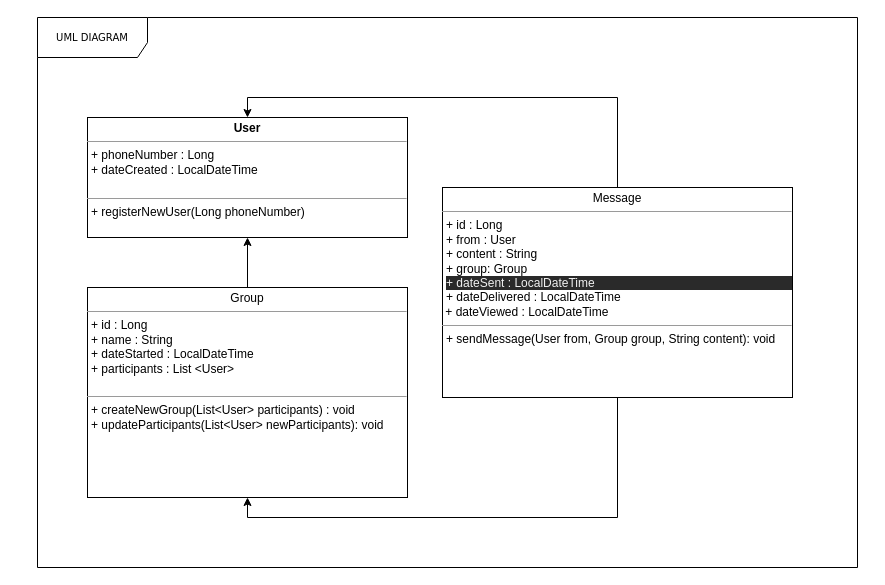
Above: Refs/UML Diagram.drawio in migcoronel/Miguel-Coronel (draw.io), before the change. Source tidied: cells renumbered, new cells numbered last; positions are measured from the earlier drawing's top-left corner, leaving out a move shared by most shapes. Both pictures are drawn from the tidied source at 100%, with x=0, y=0 at pixel (37, 17).
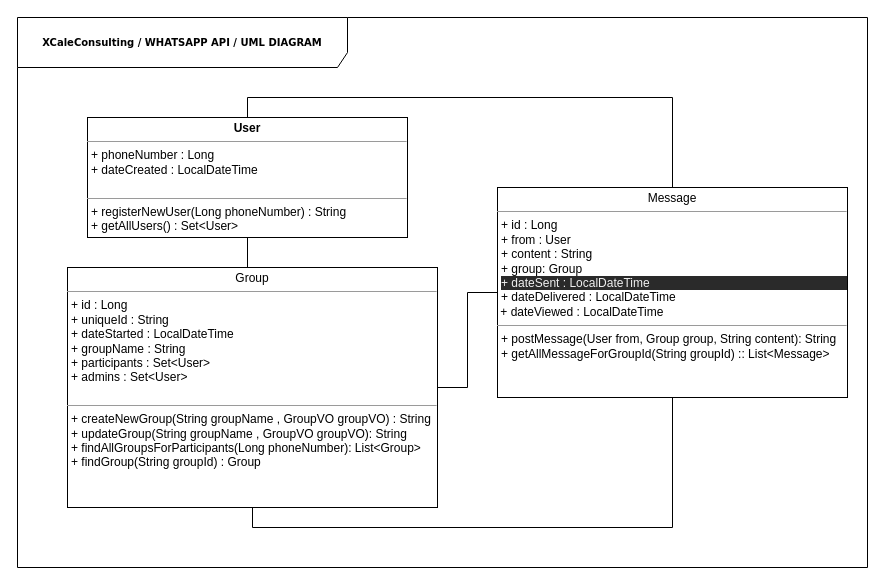
After the change.

What changed in the source:
```diff
@@
 <mxGraphModel>
   <root>
     <mxCell id="0" />
     <mxCell id="1" parent="0" />
-    <mxCell id="2" value="UML DIAGRAM" style="shape=umlFrame;whiteSpace=wrap;html=1;rounded=0;shadow=0;comic=0;labelBackgroundColor=none;strokeWidth=1;fontFamily=Verdana;fontSize=10;align=center;width=110;height=40;" parent="1" vertex="1">
-      <mxGeometry width="820" height="550" as="geometry" />
+    <mxCell id="2" value="&lt;b&gt;XCaleConsulting / WHATSAPP API / UML DIAGRAM&lt;/b&gt;" style="shape=umlFrame;whiteSpace=wrap;html=1;rounded=0;shadow=0;comic=0;labelBackgroundColor=none;strokeWidth=1;fontFamily=Verdana;fontSize=10;align=center;width=330;height=50;" parent="1" vertex="1">
+      <mxGeometry x="-20" width="850" height="550" as="geometry" />
     </mxCell>
-    <mxCell id="3" value="&lt;p style=&quot;margin: 0px ; margin-top: 4px ; text-align: center&quot;&gt;&lt;b&gt;User&lt;/b&gt;&lt;/p&gt;&lt;hr size=&quot;1&quot;&gt;&lt;p style=&quot;margin: 0px ; margin-left: 4px&quot;&gt;+ phoneNumber : Long&lt;br&gt;+ dateCreated : LocalDateTime&lt;/p&gt;&lt;p style=&quot;margin: 0px ; margin-left: 4px&quot;&gt;&lt;br&gt;&lt;/p&gt;&lt;hr size=&quot;1&quot;&gt;&lt;p style=&quot;margin: 0px ; margin-left: 4px&quot;&gt;+ registerNewUser(Long phoneNumber)&lt;/p&gt;" style="verticalAlign=top;align=left;overflow=fill;fontSize=12;fontFamily=Helvetica;html=1;rounded=0;shadow=0;comic=0;labelBackgroundColor=none;strokeWidth=1;" parent="1" vertex="1">
+    <mxCell id="3" value="&lt;p style=&quot;margin: 0px ; margin-top: 4px ; text-align: center&quot;&gt;&lt;b&gt;User&lt;/b&gt;&lt;/p&gt;&lt;hr size=&quot;1&quot;&gt;&lt;p style=&quot;margin: 0px ; margin-left: 4px&quot;&gt;+ phoneNumber : Long&lt;br&gt;+ dateCreated : LocalDateTime&lt;/p&gt;&lt;p style=&quot;margin: 0px ; margin-left: 4px&quot;&gt;&lt;br&gt;&lt;/p&gt;&lt;hr size=&quot;1&quot;&gt;&lt;p style=&quot;margin: 0px ; margin-left: 4px&quot;&gt;+ registerNewUser(Long phoneNumber) : String&lt;/p&gt;&lt;p style=&quot;margin: 0px ; margin-left: 4px&quot;&gt;+ getAllUsers() : Set&amp;lt;User&amp;gt;&lt;/p&gt;" style="verticalAlign=top;align=left;overflow=fill;fontSize=12;fontFamily=Helvetica;html=1;rounded=0;shadow=0;comic=0;labelBackgroundColor=none;strokeWidth=1;" parent="1" vertex="1">
       <mxGeometry x="50" y="100" width="320" height="120" as="geometry" />
     </mxCell>
-    <mxCell id="4" style="edgeStyle=orthogonalEdgeStyle;rounded=0;jettySize=auto;html=1;exitX=0.5;exitY=0;exitDx=0;exitDy=0;entryX=0.5;entryY=0;entryDx=0;entryDy=0;" parent="1" edge="1" source="6" target="3">
+    <mxCell id="4" style="edgeStyle=orthogonalEdgeStyle;rounded=0;jettySize=auto;html=1;exitX=0.5;exitY=0;exitDx=0;exitDy=0;entryX=0.5;entryY=0;entryDx=0;entryDy=0;endArrow=none;endFill=0;" parent="1" edge="1" source="6" target="3">
       <mxGeometry relative="1" as="geometry" />
     </mxCell>
-    <mxCell id="5" style="edgeStyle=orthogonalEdgeStyle;rounded=0;jettySize=auto;html=1;exitX=0.5;exitY=1;exitDx=0;exitDy=0;entryX=0.5;entryY=1;entryDx=0;entryDy=0;" parent="1" edge="1" source="6" target="8">
+    <mxCell id="5" style="edgeStyle=orthogonalEdgeStyle;rounded=0;jettySize=auto;html=1;exitX=0.5;exitY=1;exitDx=0;exitDy=0;entryX=0.5;entryY=1;entryDx=0;entryDy=0;endArrow=none;endFill=0;" parent="1" edge="1" source="6" target="8">
       <mxGeometry relative="1" as="geometry" />
     </mxCell>
+    <mxCell id="9" style="edgeStyle=orthogonalEdgeStyle;rounded=0;jettySize=auto;html=1;exitX=0;exitY=0.5;exitDx=0;exitDy=0;entryX=1;entryY=0.5;entryDx=0;entryDy=0;entryPerimeter=0;endArrow=none;endFill=0;" parent="1" edge="1" source="6" target="8">
+      <mxGeometry relative="1" as="geometry" />
+    </mxCell>
-    <mxCell id="6" value="&lt;p style=&quot;margin: 0px ; margin-top: 4px ; text-align: center&quot;&gt;Message&lt;/p&gt;&lt;hr size=&quot;1&quot;&gt;&lt;p style=&quot;margin: 0px ; margin-left: 4px&quot;&gt;+ id : Long&lt;/p&gt;&lt;p style=&quot;margin: 0px ; margin-left: 4px&quot;&gt;+ from : User&lt;/p&gt;&lt;p style=&quot;margin: 0px ; margin-left: 4px&quot;&gt;+ content : String&lt;br&gt;+ group: Group&lt;/p&gt;&lt;p style=&quot;margin: 0px ; margin-left: 4px&quot;&gt;&lt;span style=&quot;color: rgb(240 , 240 , 240) ; font-family: &amp;#34;helvetica&amp;#34; ; font-size: 12px ; font-style: normal ; font-weight: 400 ; letter-spacing: normal ; text-align: left ; text-indent: 0px ; text-transform: none ; word-spacing: 0px ; background-color: rgb(42 , 42 , 42) ; float: none ; display: inline&quot;&gt;&lt;/span&gt;&lt;/p&gt;&lt;p style=&quot;color: rgb(240 , 240 , 240) ; font-family: &amp;#34;helvetica&amp;#34; ; font-size: 12px ; font-style: normal ; font-weight: 400 ; letter-spacing: normal ; text-align: left ; text-indent: 0px ; text-transform: none ; word-spacing: 0px ; background-color: rgb(42 , 42 , 42) ; margin: 0px 0px 0px 4px&quot;&gt;+&amp;nbsp;dateSent : LocalDateTime&lt;br&gt;&lt;/p&gt;&lt;p style=&quot;margin: 0px ; margin-left: 4px&quot;&gt;+ dateDelivered : LocalDateTime&lt;/p&gt;&lt;p style=&quot;margin: 0px ; margin-left: 4px&quot;&gt;&lt;/p&gt;&amp;nbsp;+ dateViewed : LocalDateTime&lt;br&gt;&lt;hr size=&quot;1&quot;&gt;&lt;p style=&quot;margin: 0px ; margin-left: 4px&quot;&gt;+ sendMessage(User from, Group group, String content): void&lt;/p&gt;" style="verticalAlign=top;align=left;overflow=fill;fontSize=12;fontFamily=Helvetica;html=1;rounded=0;shadow=0;comic=0;labelBackgroundColor=none;strokeWidth=1;" parent="1" vertex="1">
-      <mxGeometry x="405" y="170" width="350" height="210" as="geometry" />
+    <mxCell id="6" value="&lt;p style=&quot;margin: 0px ; margin-top: 4px ; text-align: center&quot;&gt;Message&lt;/p&gt;&lt;hr size=&quot;1&quot;&gt;&lt;p style=&quot;margin: 0px ; margin-left: 4px&quot;&gt;+ id : Long&lt;/p&gt;&lt;p style=&quot;margin: 0px ; margin-left: 4px&quot;&gt;+ from : User&lt;/p&gt;&lt;p style=&quot;margin: 0px ; margin-left: 4px&quot;&gt;+ content : String&lt;br&gt;+ group: Group&lt;/p&gt;&lt;p style=&quot;margin: 0px ; margin-left: 4px&quot;&gt;&lt;span style=&quot;color: rgb(240 , 240 , 240) ; font-family: &amp;#34;helvetica&amp;#34; ; font-size: 12px ; font-style: normal ; font-weight: 400 ; letter-spacing: normal ; text-align: left ; text-indent: 0px ; text-transform: none ; word-spacing: 0px ; background-color: rgb(42 , 42 , 42) ; float: none ; display: inline&quot;&gt;&lt;/span&gt;&lt;/p&gt;&lt;p style=&quot;color: rgb(240 , 240 , 240) ; font-family: &amp;#34;helvetica&amp;#34; ; font-size: 12px ; font-style: normal ; font-weight: 400 ; letter-spacing: normal ; text-align: left ; text-indent: 0px ; text-transform: none ; word-spacing: 0px ; background-color: rgb(42 , 42 , 42) ; margin: 0px 0px 0px 4px&quot;&gt;+&amp;nbsp;dateSent : LocalDateTime&lt;br&gt;&lt;/p&gt;&lt;p style=&quot;margin: 0px ; margin-left: 4px&quot;&gt;+ dateDelivered : LocalDateTime&lt;/p&gt;&lt;p style=&quot;margin: 0px ; margin-left: 4px&quot;&gt;&lt;/p&gt;&amp;nbsp;+ dateViewed : LocalDateTime&lt;br&gt;&lt;hr size=&quot;1&quot;&gt;&lt;p style=&quot;margin: 0px ; margin-left: 4px&quot;&gt;+ postMessage(User from, Group group, String content): String&lt;/p&gt;&lt;p style=&quot;margin: 0px ; margin-left: 4px&quot;&gt;+ getAllMessageForGroupId(String groupId) :: List&amp;lt;Message&amp;gt;&lt;/p&gt;" style="verticalAlign=top;align=left;overflow=fill;fontSize=12;fontFamily=Helvetica;html=1;rounded=0;shadow=0;comic=0;labelBackgroundColor=none;strokeWidth=1;" parent="1" vertex="1">
+      <mxGeometry x="460" y="170" width="350" height="210" as="geometry" />
     </mxCell>
-    <mxCell id="7" style="edgeStyle=orthogonalEdgeStyle;rounded=0;jettySize=auto;html=1;exitX=0.5;exitY=0;exitDx=0;exitDy=0;entryX=0.5;entryY=1;entryDx=0;entryDy=0;" parent="1" edge="1" source="8" target="3">
+    <mxCell id="7" style="edgeStyle=orthogonalEdgeStyle;rounded=0;jettySize=auto;html=1;exitX=0.5;exitY=0;exitDx=0;exitDy=0;entryX=0.5;entryY=1;entryDx=0;entryDy=0;endArrow=none;endFill=0;" parent="1" edge="1" source="8" target="3">
       <mxGeometry relative="1" as="geometry" />
     </mxCell>
-    <mxCell id="8" value="&lt;p style=&quot;margin: 0px ; margin-top: 4px ; text-align: center&quot;&gt;Group&lt;/p&gt;&lt;hr size=&quot;1&quot;&gt;&lt;p style=&quot;margin: 0px ; margin-left: 4px&quot;&gt;+ id : Long&lt;/p&gt;&lt;p style=&quot;margin: 0px ; margin-left: 4px&quot;&gt;+ name : String&lt;/p&gt;&lt;p style=&quot;margin: 0px ; margin-left: 4px&quot;&gt;+ dateStarted : LocalDateTime&lt;/p&gt;&lt;p style=&quot;margin: 0px ; margin-left: 4px&quot;&gt;&lt;/p&gt;&lt;p style=&quot;margin: 0px ; margin-left: 4px&quot;&gt;+ participants : List &amp;lt;User&amp;gt;&lt;/p&gt;&lt;br&gt;&lt;hr size=&quot;1&quot;&gt;&lt;p style=&quot;margin: 0px ; margin-left: 4px&quot;&gt;+ createNewGroup(List&amp;lt;User&amp;gt; participants) : void&lt;/p&gt;&lt;p style=&quot;margin: 0px ; margin-left: 4px&quot;&gt;+ updateParticipants(List&amp;lt;User&amp;gt; newParticipants): void&lt;/p&gt;&lt;p style=&quot;margin: 0px ; margin-left: 4px&quot;&gt;&lt;br&gt;&lt;/p&gt;" style="verticalAlign=top;align=left;overflow=fill;fontSize=12;fontFamily=Helvetica;html=1;rounded=0;shadow=0;comic=0;labelBackgroundColor=none;strokeWidth=1;" parent="1" vertex="1">
-      <mxGeometry x="50" y="270" width="320" height="210" as="geometry" />
+    <mxCell id="8" value="&lt;p style=&quot;margin: 0px ; margin-top: 4px ; text-align: center&quot;&gt;Group&lt;/p&gt;&lt;hr size=&quot;1&quot;&gt;&lt;p style=&quot;margin: 0px ; margin-left: 4px&quot;&gt;+ id : Long&lt;/p&gt;&lt;p style=&quot;margin: 0px ; margin-left: 4px&quot;&gt;+ uniqueId : String&lt;/p&gt;&lt;p style=&quot;margin: 0px ; margin-left: 4px&quot;&gt;&lt;span style=&quot;font-family: &amp;#34;helvetica&amp;#34;&quot;&gt;+ dateStarted : LocalDateTime&lt;/span&gt;&lt;/p&gt;&lt;p style=&quot;margin: 0px ; margin-left: 4px&quot;&gt;+ groupName : String&lt;/p&gt;&lt;p style=&quot;margin: 0px ; margin-left: 4px&quot;&gt;&lt;span&gt;+ participants : Set&amp;lt;User&amp;gt;&lt;/span&gt;&lt;/p&gt;&lt;p style=&quot;margin: 0px ; margin-left: 4px&quot;&gt;+ admins : Set&amp;lt;User&amp;gt;&lt;span&gt;&lt;br&gt;&lt;/span&gt;&lt;/p&gt;&lt;br&gt;&lt;hr size=&quot;1&quot;&gt;&lt;p style=&quot;margin: 0px ; margin-left: 4px&quot;&gt;+ createNewGroup(String groupName , GroupVO groupVO) : String&lt;/p&gt;&lt;p style=&quot;margin: 0px ; margin-left: 4px&quot;&gt;+ updateGroup(String groupName , GroupVO groupVO): String&lt;/p&gt;&lt;p style=&quot;margin: 0px ; margin-left: 4px&quot;&gt;+ findAllGroupsForParticipants(Long phoneNumber): List&amp;lt;Group&amp;gt;&lt;/p&gt;&lt;p style=&quot;margin: 0px ; margin-left: 4px&quot;&gt;+ findGroup(String groupId) : Group&lt;/p&gt;&lt;p style=&quot;margin: 0px ; margin-left: 4px&quot;&gt;&lt;br&gt;&lt;/p&gt;" style="verticalAlign=top;align=left;overflow=fill;fontSize=12;fontFamily=Helvetica;html=1;rounded=0;shadow=0;comic=0;labelBackgroundColor=none;strokeWidth=1;" parent="1" vertex="1">
+      <mxGeometry x="30" y="250" width="370" height="240" as="geometry" />
     </mxCell>
   </root>
 </mxGraphModel>
```
